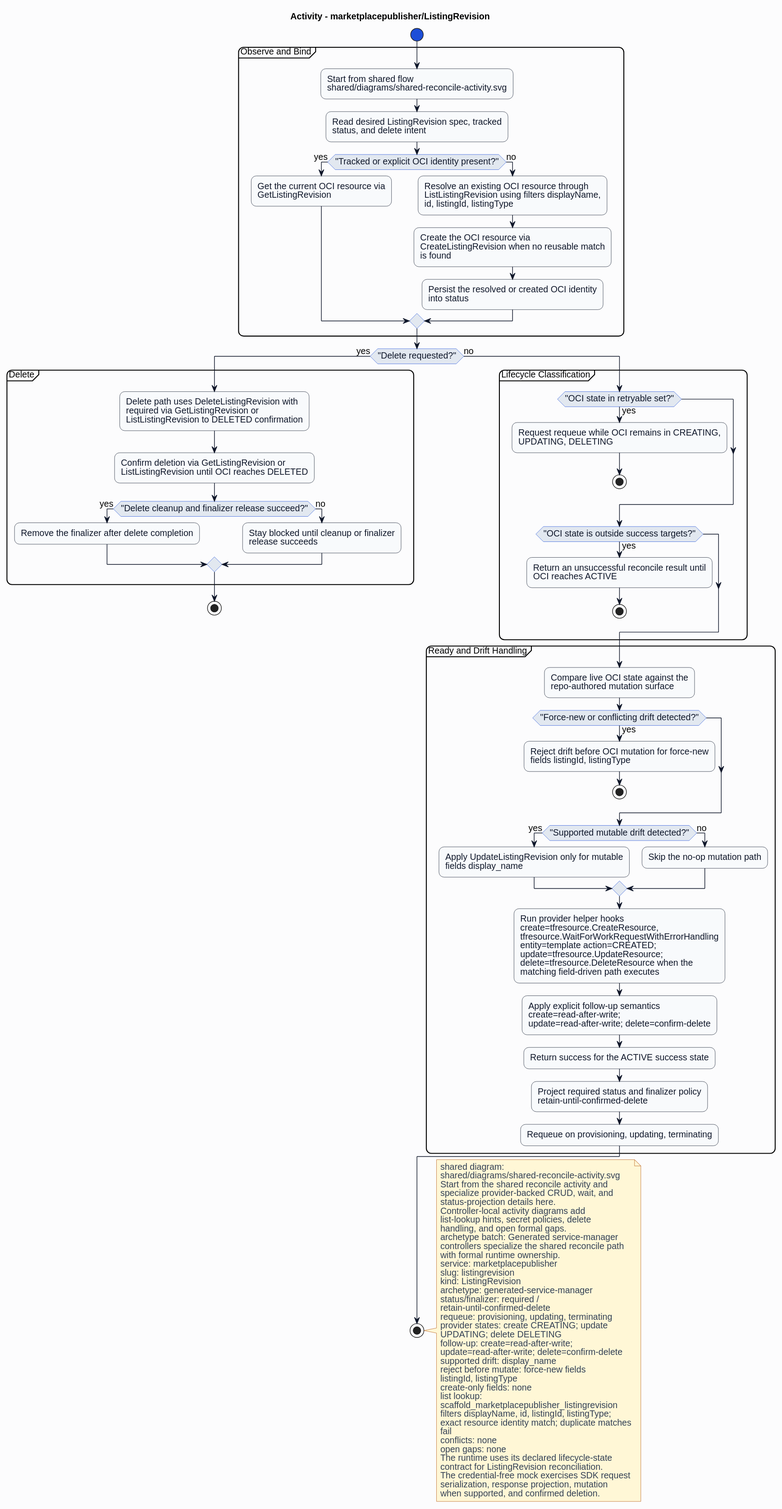
HaoyL666/oci-service-operator keeps this PlantUML diagram as formal/controllers/marketplacepublisher/listingrevision/diagrams/activity.svg. Above is the earlier version.
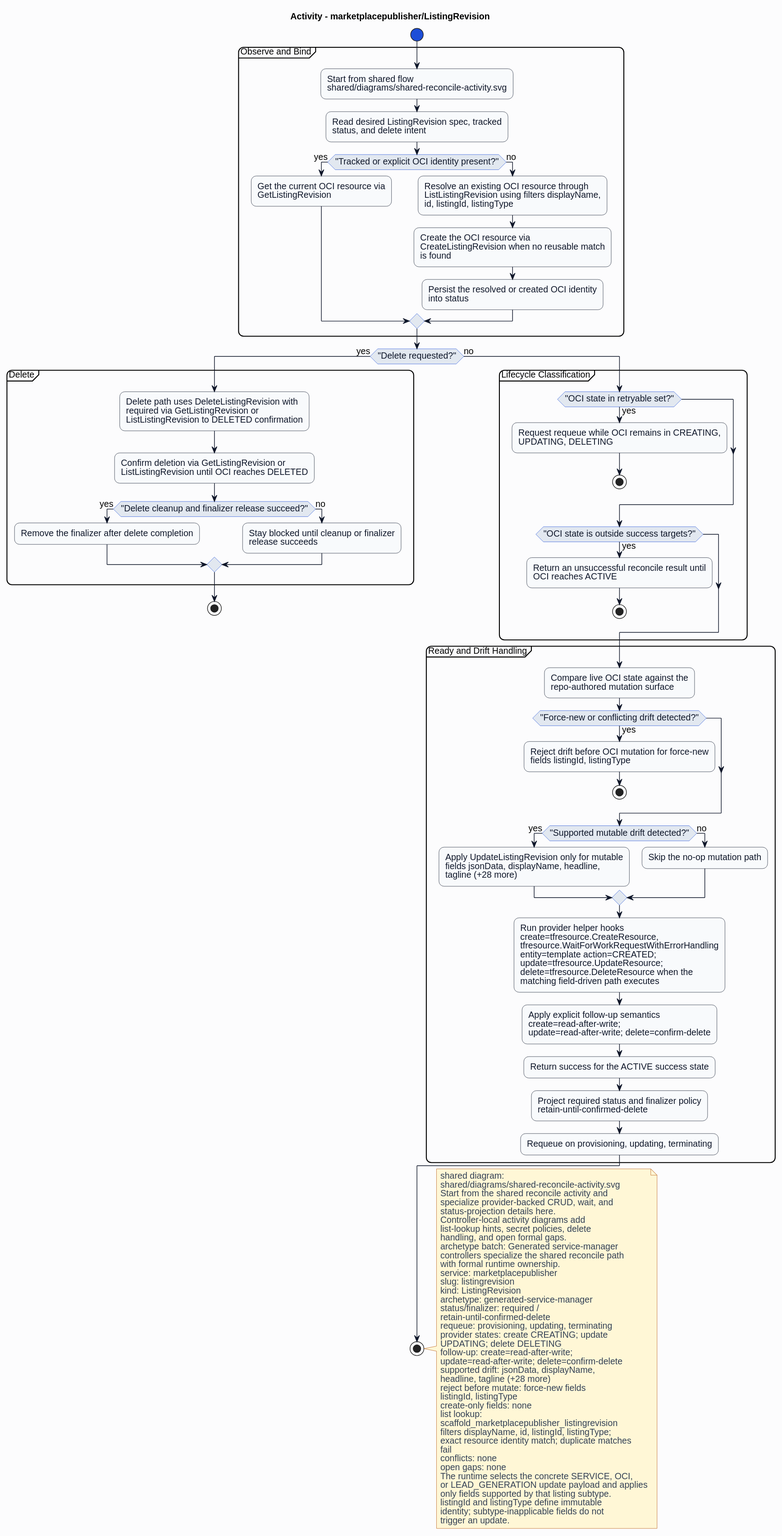
The same diagram one commit later.

The edit, as a diff of the source:
```diff
@@ -61,7 +61,7 @@
 stop
 endif
 if ("Supported mutable drift detected?") then (yes)
-:Apply UpdateListingRevision only for mutable\nfields display_name;
+:Apply UpdateListingRevision only for mutable\nfields jsonData, displayName, headline,\ntagline (+28 more);
 else (no)
 :Skip the no-op mutation path;
 endif
@@ -96,7 +96,8 @@
 UPDATING; delete DELETING
 follow-up: create=read-after-write;
 update=read-after-write; delete=confirm-delete
-supported drift: display_name
+supported drift: jsonData, displayName,
+headline, tagline (+28 more)
 reject before mutate: force-new fields
 listingId, listingType
 create-only fields: none
@@ -107,10 +108,11 @@
 fail
 conflicts: none
 open gaps: none
-The runtime uses its declared lifecycle-state
-contract for ListingRevision reconciliation.
-The credential-free mock exercises SDK request
-serialization, response projection, mutation
-when supported, and confirmed deletion.
+The runtime selects the concrete SERVICE, OCI,
+or LEAD_GENERATION update payload and applies
+only fields supported by that listing subtype.
+listingId and listingType define immutable
+identity; subtype-inapplicable fields do not
+trigger an update.
 end note
 @enduml
```
